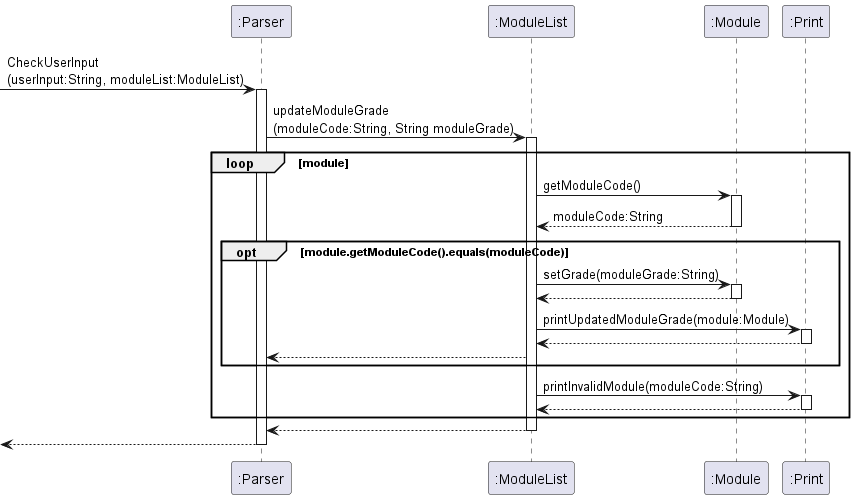
Earlier version of the PlantUML export docs/diagrams/GradeCommand.png (saintzaw/tp).
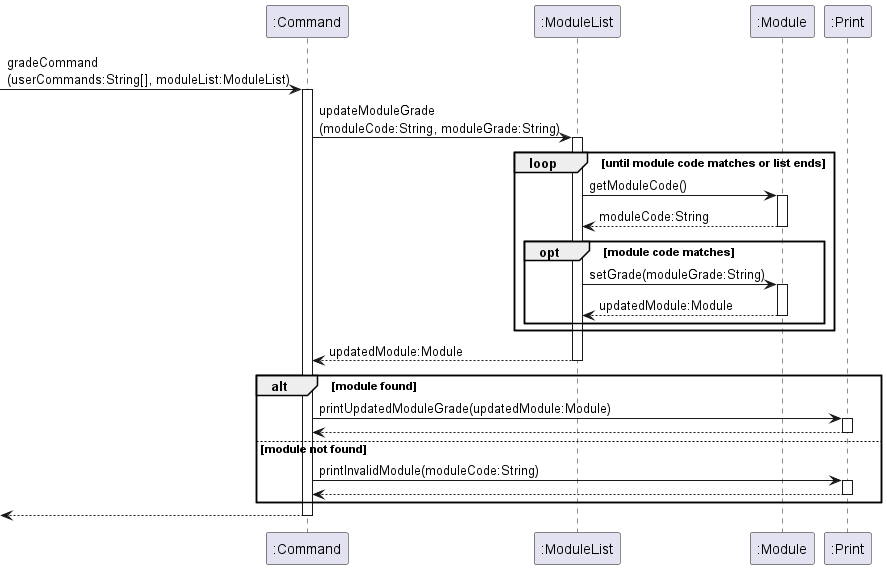
Later version of the same file.

Commit message:
Update Grade Command diagram

What changed in the source:
```diff
@@ -1,39 +1,43 @@
 @startuml
 
-participant ":Parser" as Parser
+participant ":Command" as Command
 participant ":ModuleList" as ML
 participant ":Module" as Mod
 participant ":Print" as Print
-[->Parser : CheckUserInput\n(userInput:String, moduleList:ModuleList)
-activate Parser
-Parser->ML : updateModuleGrade\n(moduleCode:String, String moduleGrade)
+
+[->Command : gradeCommand\n(userCommands:String[], moduleList:ModuleList)
+activate Command
+Command->ML : updateModuleGrade\n(moduleCode:String, moduleGrade:String)
+
 activate ML
-loop module
+loop until module code matches or list ends
     ML -> Mod : getModuleCode()
     activate Mod
     Mod --> ML : moduleCode:String
     deactivate Mod
-    opt module.getModuleCode().equals(moduleCode)
-        ML -> Mod : setGrade(moduleGrade:String)
-        activate Mod
-        Mod --> ML
-        deactivate Mod
-        ML -> Print : printUpdatedModuleGrade(module:Module)
-        activate Print
-        Print --> ML
-        deactivate Print
-        ML --> Parser
+    opt module code matches
+    ML -> Mod : setGrade(moduleGrade:String)
+    activate Mod
+    Mod --> ML : updatedModule:Module
+    deactivate Mod
     end
+end
+ML --> Command : updatedModule:Module
+deactivate ML
 
-        ML -> Print : printInvalidModule(moduleCode:String)
-        activate Print
-        Print --> ML
-        deactivate Print
+alt module found
+    Command -> Print : printUpdatedModuleGrade(updatedModule:Module)
+    activate Print
+    Print --> Command
+    deactivate Print
+else module not found
+    Command -> Print : printInvalidModule(moduleCode:String)
+    activate Print
+    Print --> Command
+    deactivate Print
+end
 
-end
-ML --> Parser
-deactivate ML
-Parser-->[
-deactivate Parser
+Command-->[
+deactivate Command
 
 @enduml
```
